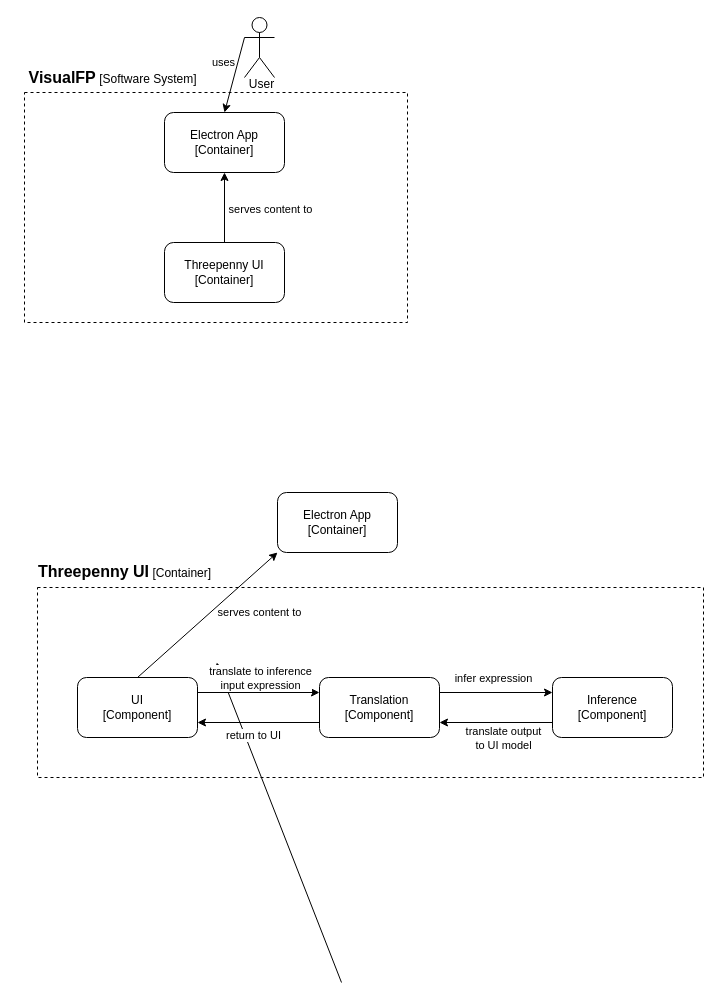
Above: SA/design_concept/static/architecture_diagrams.drawio in VisualFP/docs (draw.io), before the change. Source tidied: cells renumbered, new cells numbered last; positions are measured from the earlier drawing's top-left corner, leaving out a move shared by most shapes. Both pictures are drawn from the tidied source at 100%, with x=0, y=0 at pixel (17, 17).
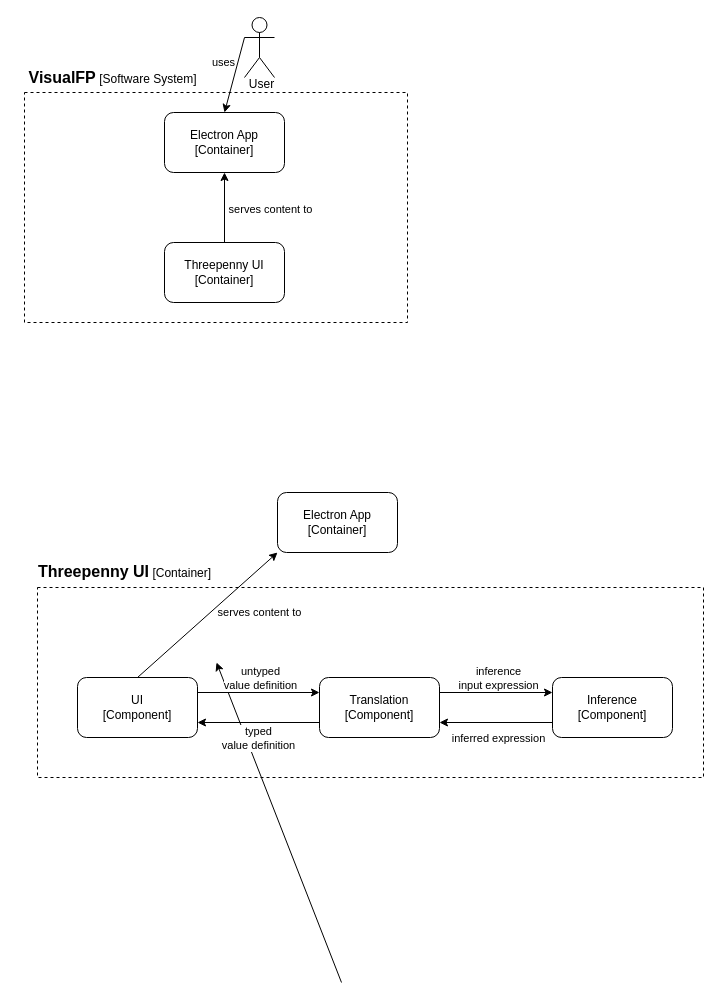
The same page after the edit.

Commit message (it also covers changes not shown here):
wording changes, update component diagram

The change refers to these unchanged cells:
```xml
<mxCell id="18" style="edgeStyle=orthogonalEdgeStyle;rounded=0;jettySize=auto;html=1;exitX=1;exitY=0.25;exitDx=0;exitDy=0;entryX=0;entryY=0.25;entryDx=0;entryDy=0;" parent="1" edge="1" source="20" target="25">
  <mxGeometry relative="1" as="geometry" />
</mxCell>
<mxCell id="21" style="edgeStyle=orthogonalEdgeStyle;rounded=0;jettySize=auto;html=1;exitX=1;exitY=0.25;exitDx=0;exitDy=0;entryX=0;entryY=0.25;entryDx=0;entryDy=0;" parent="1" edge="1" source="25" target="28">
  <mxGeometry relative="1" as="geometry" />
</mxCell>
<mxCell id="23" style="edgeStyle=orthogonalEdgeStyle;rounded=0;jettySize=auto;html=1;exitX=0;exitY=0.75;exitDx=0;exitDy=0;entryX=1;entryY=0.75;entryDx=0;entryDy=0;" parent="1" edge="1" source="25" target="20">
  <mxGeometry relative="1" as="geometry" />
</mxCell>
<mxCell id="26" style="edgeStyle=orthogonalEdgeStyle;rounded=0;jettySize=auto;html=1;exitX=0;exitY=0.75;exitDx=0;exitDy=0;entryX=1;entryY=0.75;entryDx=0;entryDy=0;" parent="1" edge="1" source="28" target="25">
  <mxGeometry relative="1" as="geometry" />
</mxCell>
```

Diff of the diagram source:
```diff
@@
-    <mxCell id="19" value="translate to inference&lt;br&gt;input expression" style="edgeLabel;html=1;align=center;verticalAlign=middle;" parent="18" vertex="1">
+    <mxCell id="19" value="untyped&lt;br&gt;value definition" style="edgeLabel;html=1;align=center;verticalAlign=middle;" parent="18" vertex="1">
       <mxGeometry x="-0.29" y="-1" relative="1" as="geometry">
         <mxPoint x="19" y="-16" as="offset" />
       </mxGeometry>
     </mxCell>
@@
-    <mxCell id="22" value="infer expression" style="edgeLabel;html=1;align=center;verticalAlign=middle;" parent="21" vertex="1">
+    <mxCell id="22" value="inference&lt;br&gt;input expression" style="edgeLabel;html=1;align=center;verticalAlign=middle;" parent="21" vertex="1">
       <mxGeometry x="-0.49" y="-2" relative="1" as="geometry">
-        <mxPoint x="24" y="-17" as="offset" />
+        <mxPoint x="29" y="-17" as="offset" />
       </mxGeometry>
     </mxCell>
@@
-    <mxCell id="24" value="return to UI" style="edgeLabel;html=1;align=center;verticalAlign=middle;" parent="23" vertex="1">
+    <mxCell id="24" value="typed&lt;br&gt;value definition" style="edgeLabel;html=1;align=center;verticalAlign=middle;" parent="23" vertex="1">
       <mxGeometry x="0.2" y="2" relative="1" as="geometry">
-        <mxPoint x="6" y="10" as="offset" />
+        <mxPoint x="11" y="13" as="offset" />
       </mxGeometry>
     </mxCell>
@@
-    <mxCell id="27" value="translate output&lt;br&gt;to UI model" style="edgeLabel;html=1;align=center;verticalAlign=middle;" parent="26" vertex="1">
+    <mxCell id="27" value="inferred expression" style="edgeLabel;html=1;align=center;verticalAlign=middle;" parent="26" vertex="1">
       <mxGeometry x="0.22" y="3" relative="1" as="geometry">
-        <mxPoint x="19" y="12" as="offset" />
+        <mxPoint x="14" y="12" as="offset" />
       </mxGeometry>
     </mxCell>
```
